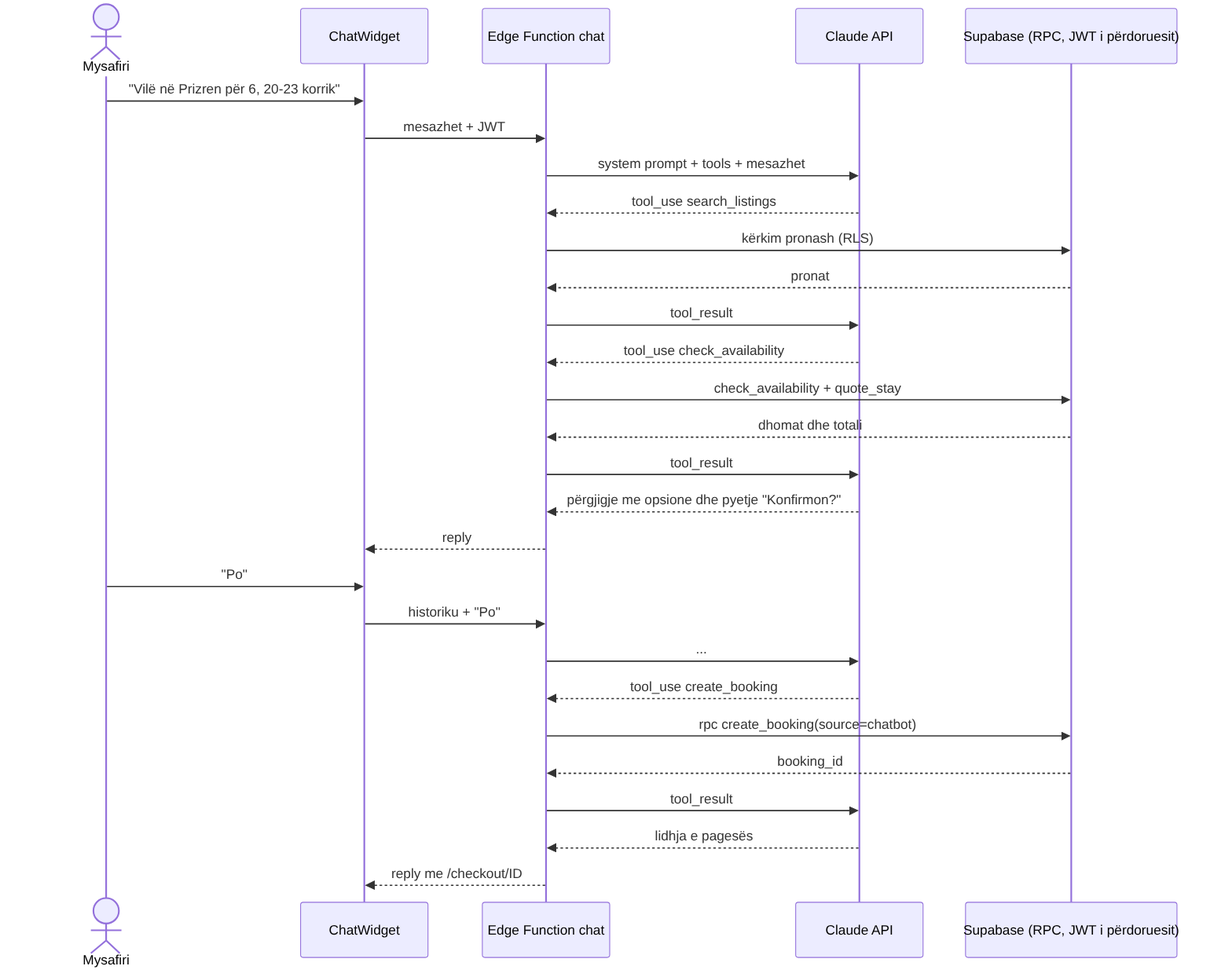
Earlier version of the Mermaid export docs/diagrams/seq_chat.png (yllalickaj7-bit/kosovabnb). Its source is kept beside it as docs/diagrams/seq_chat.mmd. Source of this version:
```mermaid
sequenceDiagram
  actor G as Mysafiri
  participant W as ChatWidget
  participant F as Edge Function chat
  participant C as Claude API
  participant DB as Supabase (RPC, JWT i përdoruesit)
  G->>W: "Vilë në Prizren për 6, 20-23 korrik"
  W->>F: mesazhet + JWT
  F->>C: system prompt + tools + mesazhet
  C-->>F: tool_use search_listings
  F->>DB: kërkim pronash (RLS)
  DB-->>F: pronat
  F->>C: tool_result
  C-->>F: tool_use check_availability
  F->>DB: check_availability + quote_stay
  DB-->>F: dhomat dhe totali
  F->>C: tool_result
  C-->>F: përgjigje me opsione dhe pyetje "Konfirmon?"
  F-->>W: reply
  G->>W: "Po"
  W->>F: historiku + "Po"
  F->>C: ...
  C-->>F: tool_use create_booking
  F->>DB: rpc create_booking(source=chatbot)
  DB-->>F: booking_id
  F->>C: tool_result
  C-->>F: lidhja e pagesës
  F-->>W: reply me /checkout/ID
```
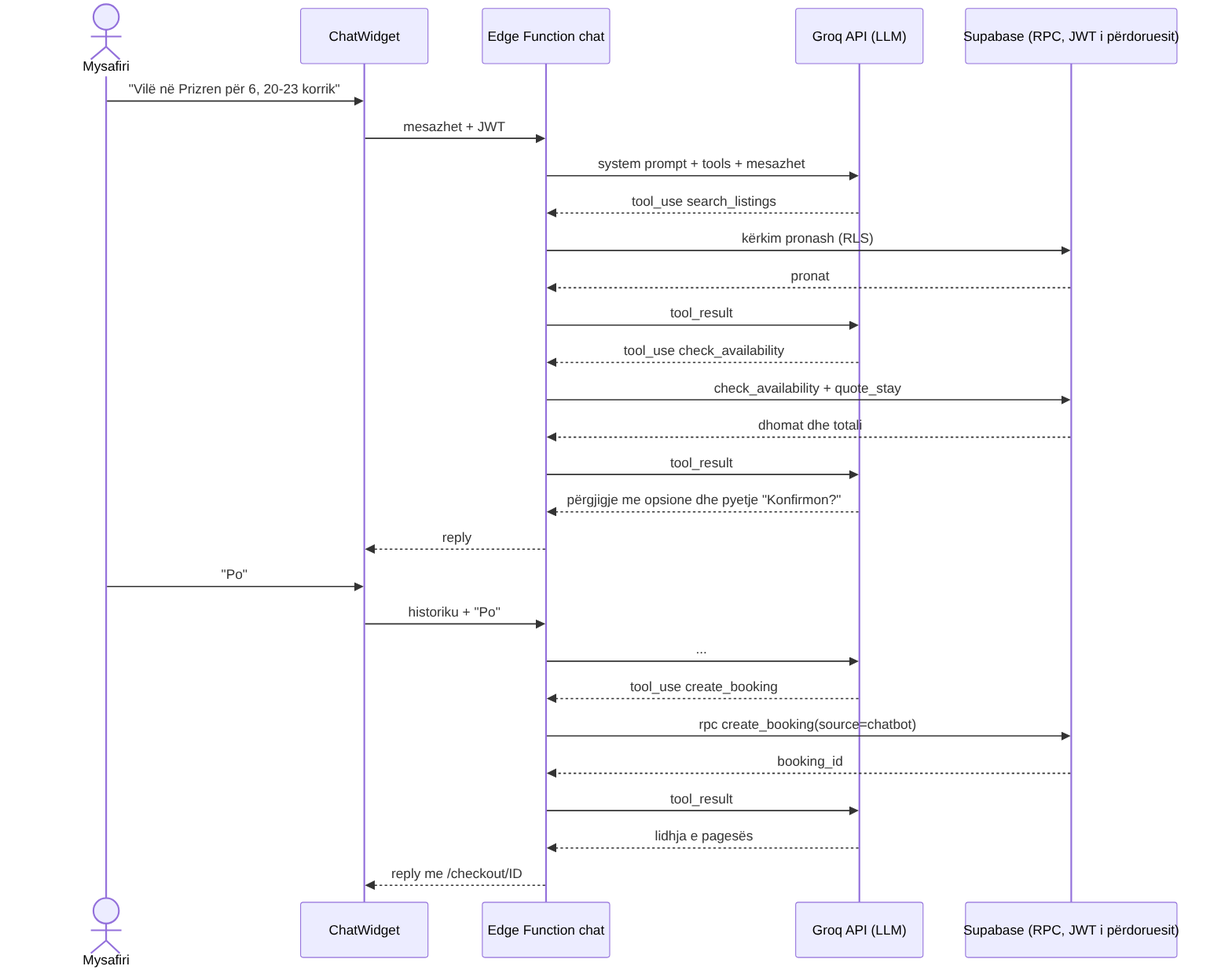
After the change.

Diff of the diagram source:
```diff
@@ -2,7 +2,7 @@
   actor G as Mysafiri
   participant W as ChatWidget
   participant F as Edge Function chat
-  participant C as Claude API
+  participant C as Groq API (LLM)
   participant DB as Supabase (RPC, JWT i përdoruesit)
   G->>W: "Vilë në Prizren për 6, 20-23 korrik"
   W->>F: mesazhet + JWT
```
